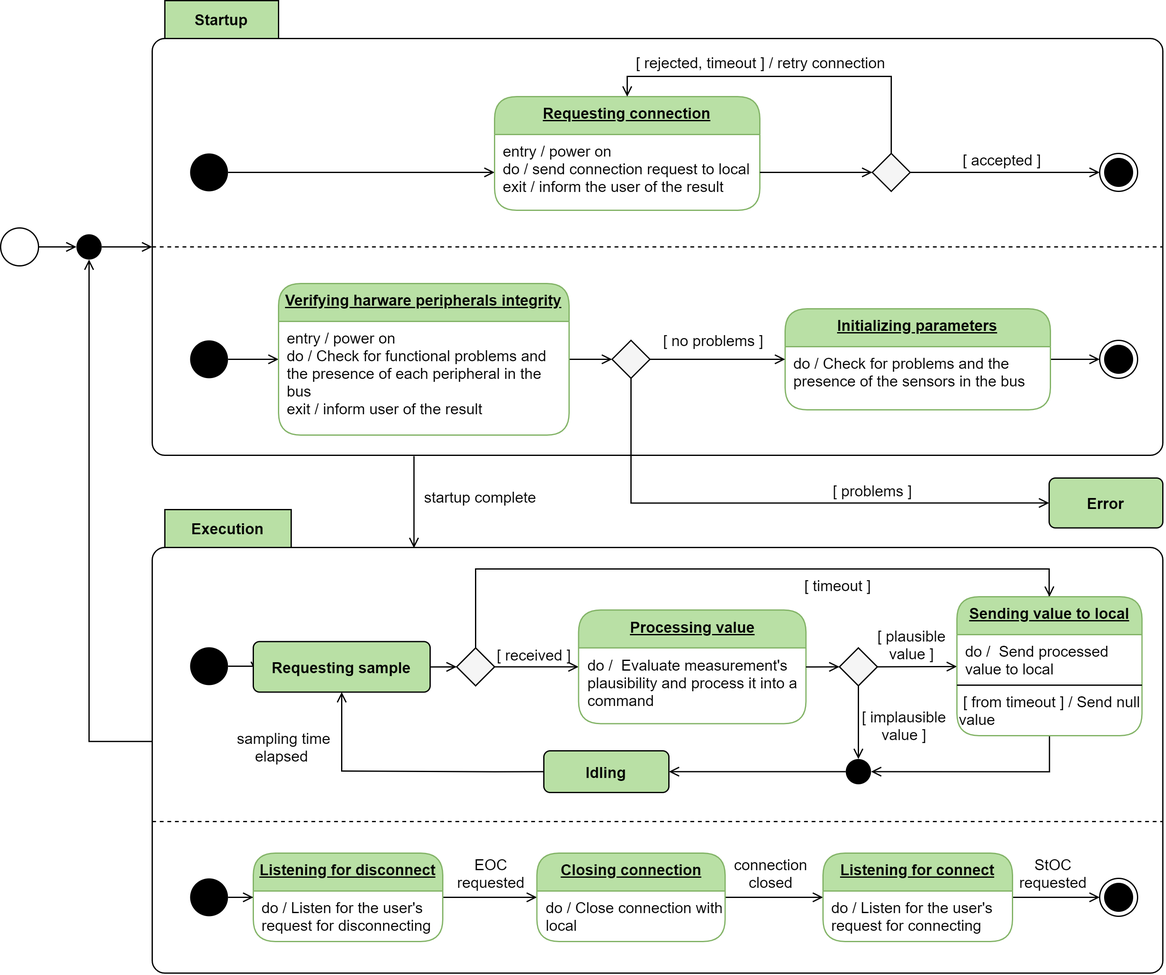
This is 2. Analysis/5. System Analysis/Remote/State Machine/state_machine_remote.png from esrg-silent-howl/zephyrus, a draw.io export, as it was before one commit. Source tidied: cells renumbered, new cells last; positions are measured from the earlier drawing's top-left corner, leaving out a move shared by most shapes.
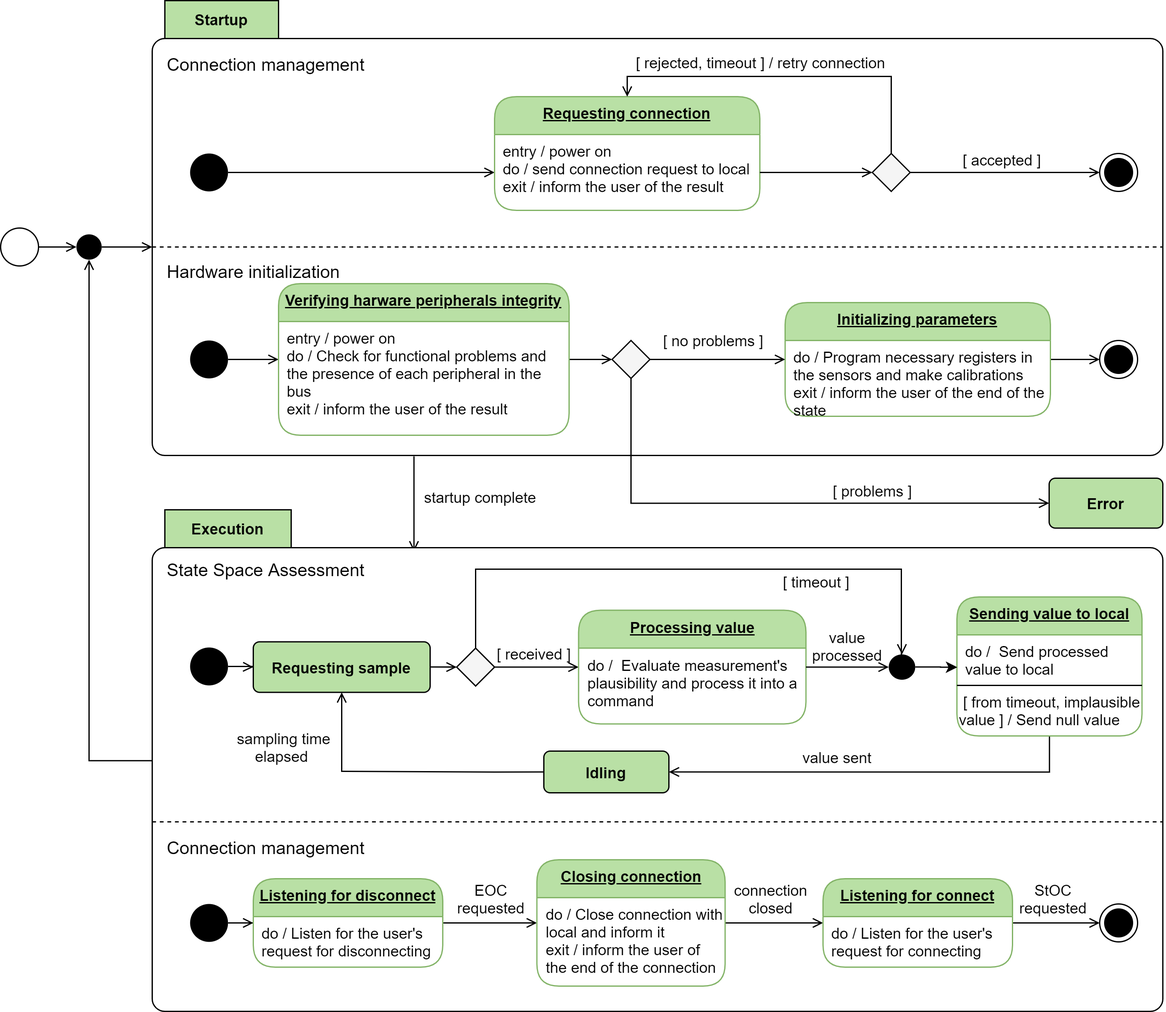
Later version of the same file.

Commit message:
ADD/UPDT: Added Local and Updated Remote State Machine Diagrams

Change to the diagram source:
```diff
@@ -41,7 +41,7 @@
     <mxCell id="14" value="Verifying harware peripherals integrity" style="swimlane;fontStyle=5;align=center;verticalAlign=top;horizontal=1;startSize=30;html=1;rounded=1;absoluteArcSize=1;arcSize=35;whiteSpace=wrap;strokeColor=#82b366;fillColor=#B9E0A5;" parent="1" vertex="1">
       <mxGeometry x="220" y="224" width="230" height="120" as="geometry" />
     </mxCell>
-    <mxCell id="15" value="entry / power on&#10;do / Check for functional problems and the presence of each peripheral in the bus&#10;exit / inform user of the result" style="fillColor=none;strokeColor=none;align=left;verticalAlign=top;spacingLeft=5;whiteSpace=wrap;" parent="14" vertex="1">
+    <mxCell id="15" value="entry / power on&#10;do / Check for functional problems and the presence of each peripheral in the bus&#10;exit / inform the user of the result" style="fillColor=none;strokeColor=none;align=left;verticalAlign=top;spacingLeft=5;whiteSpace=wrap;" parent="14" vertex="1">
       <mxGeometry y="30" width="230" height="90" as="geometry" />
     </mxCell>
     <mxCell id="16" style="ellipse;html=1;shape=endState;fillColor=#000000;strokeColor=#000000;align=left;" parent="1" vertex="1">
@@ -74,10 +74,10 @@
       <mxGeometry relative="1" as="geometry" />
     </mxCell>
     <mxCell id="24" value="Initializing parameters" style="swimlane;fontStyle=5;align=center;verticalAlign=top;horizontal=1;startSize=30;html=1;rounded=1;absoluteArcSize=1;arcSize=35;whiteSpace=wrap;strokeColor=#82b366;fillColor=#B9E0A5;" parent="1" vertex="1">
-      <mxGeometry x="621" y="244" width="210" height="80" as="geometry" />
+      <mxGeometry x="621" y="239" width="210" height="90" as="geometry" />
     </mxCell>
-    <mxCell id="25" value="do / Check for problems and the presence of the sensors in the bus" style="fillColor=none;strokeColor=none;align=left;verticalAlign=top;spacingLeft=5;whiteSpace=wrap;" parent="24" vertex="1">
-      <mxGeometry y="30" width="210" height="50" as="geometry" />
+    <mxCell id="25" value="do / Program necessary registers in the sensors and make calibrations&#10;exit / inform the user of the end of the state" style="fillColor=none;strokeColor=none;align=left;verticalAlign=top;spacingLeft=5;whiteSpace=wrap;" parent="24" vertex="1">
+      <mxGeometry y="30" width="210" height="60" as="geometry" />
     </mxCell>
     <mxCell id="26" value="[ no problems ]" style="text;html=1;strokeColor=none;fillColor=none;align=center;verticalAlign=middle;whiteSpace=wrap;rounded=0;" parent="1" vertex="1">
       <mxGeometry x="514" y="259" width="101" height="20" as="geometry" />
@@ -104,7 +104,7 @@
       <mxGeometry relative="1" as="geometry" />
     </mxCell>
     <mxCell id="34" value="Execution" style="shape=folder;align=center;verticalAlign=middle;fontStyle=0;tabWidth=110;tabHeight=30;tabPosition=left;html=1;boundedLbl=1;labelInHeader=1;rounded=1;absoluteArcSize=1;arcSize=10;" parent="1" vertex="1">
-      <mxGeometry x="120" y="403" width="800" height="367" as="geometry" />
+      <mxGeometry x="120" y="403" width="800" height="397" as="geometry" />
     </mxCell>
     <mxCell id="35" style="edgeStyle=orthogonalEdgeStyle;rounded=0;jettySize=auto;html=1;startArrow=none;startFill=0;endArrow=open;endFill=0;entryX=0;entryY=0.5;entryDx=0;entryDy=0;" parent="1" edge="1" source="36" target="38">
       <mxGeometry relative="1" as="geometry" />
@@ -121,12 +121,12 @@
     <mxCell id="39" style="edgeStyle=orthogonalEdgeStyle;rounded=0;jettySize=auto;html=1;exitX=1;exitY=0.5;exitDx=0;exitDy=0;startArrow=none;startFill=0;endArrow=open;endFill=0;" parent="1" edge="1" source="41" target="44">
       <mxGeometry relative="1" as="geometry" />
     </mxCell>
-    <mxCell id="40" style="edgeStyle=orthogonalEdgeStyle;rounded=0;jettySize=auto;html=1;exitX=0.5;exitY=0;exitDx=0;exitDy=0;startArrow=none;startFill=0;endArrow=open;endFill=0;entryX=0.5;entryY=0;entryDx=0;entryDy=0;" parent="1" edge="1" source="41" target="77">
+    <mxCell id="40" style="edgeStyle=orthogonalEdgeStyle;rounded=0;jettySize=auto;html=1;exitX=0.5;exitY=0;exitDx=0;exitDy=0;startArrow=none;startFill=0;endArrow=open;endFill=0;entryX=0.5;entryY=0;entryDx=0;entryDy=0;" parent="1" edge="1" source="41" target="85">
       <mxGeometry relative="1" as="geometry">
         <Array as="points">
           <mxPoint x="376" y="450" />
-          <mxPoint x="830" y="450" />
-          <mxPoint x="830" y="472" />
+          <mxPoint x="713" y="450" />
+          <mxPoint x="713" y="518" />
         </Array>
       </mxGeometry>
     </mxCell>
@@ -134,10 +134,10 @@
       <mxGeometry x="361" y="512.5" width="30" height="30" as="geometry" />
     </mxCell>
     <mxCell id="42" value="[ timeout ]" style="text;html=1;strokeColor=none;fillColor=none;align=center;verticalAlign=middle;whiteSpace=wrap;rounded=0;" parent="1" vertex="1">
-      <mxGeometry x="619" y="453" width="88" height="20" as="geometry" />
+      <mxGeometry x="602" y="450" width="88" height="20" as="geometry" />
     </mxCell>
     <mxCell id="43" value="[ received ]" style="text;html=1;strokeColor=none;fillColor=none;align=center;verticalAlign=middle;whiteSpace=wrap;rounded=0;" parent="1" vertex="1">
-      <mxGeometry x="391" y="507.5" width="63" height="20" as="geometry" />
+      <mxGeometry x="391" y="506.5" width="63" height="20" as="geometry" />
     </mxCell>
     <mxCell id="44" value="Processing value" style="swimlane;fontStyle=5;align=center;verticalAlign=top;horizontal=1;startSize=30;html=1;rounded=1;absoluteArcSize=1;arcSize=35;whiteSpace=wrap;strokeColor=#82b366;fillColor=#B9E0A5;" parent="1" vertex="1">
       <mxGeometry x="457.5" y="482.5" width="180" height="90" as="geometry" />
@@ -145,9 +145,6 @@
     <mxCell id="45" value="do /  Evaluate measurement's plausibility and process it into a command" style="fillColor=none;strokeColor=none;align=left;verticalAlign=top;spacingLeft=5;whiteSpace=wrap;" parent="44" vertex="1">
       <mxGeometry y="30" width="180" height="60" as="geometry" />
     </mxCell>
-    <mxCell id="46" style="edgeStyle=orthogonalEdgeStyle;rounded=0;jettySize=auto;html=1;exitX=0.5;exitY=1;exitDx=0;exitDy=0;entryX=1;entryY=0.5;entryDx=0;entryDy=0;startArrow=none;startFill=0;endArrow=open;endFill=0;" parent="1" edge="1" source="80" target="57">
-      <mxGeometry relative="1" as="geometry" />
-    </mxCell>
     <mxCell id="47" style="edgeStyle=orthogonalEdgeStyle;rounded=0;jettySize=auto;html=1;entryX=0.5;entryY=1;entryDx=0;entryDy=0;startArrow=none;startFill=0;endArrow=open;endFill=0;exitX=0;exitY=0.5;exitDx=0;exitDy=0;" parent="1" edge="1" source="48" target="38">
       <mxGeometry relative="1" as="geometry">
         <Array as="points">
@@ -159,33 +156,12 @@
     <mxCell id="48" value="&lt;span&gt;Idling&lt;/span&gt;" style="html=1;align=center;verticalAlign=middle;rounded=1;absoluteArcSize=1;arcSize=10;dashed=0;strokeColor=#000000;whiteSpace=wrap;fillColor=#B9E0A5;fontStyle=1;" parent="1" vertex="1">
       <mxGeometry x="430" y="594" width="99" height="33" as="geometry" />
     </mxCell>
-    <mxCell id="49" style="rounded=0;jettySize=auto;html=1;exitX=1;exitY=0.5;exitDx=0;exitDy=0;startArrow=none;startFill=0;endArrow=open;endFill=0;" parent="1" edge="1" source="51" target="77">
-      <mxGeometry relative="1" as="geometry" />
-    </mxCell>
-    <mxCell id="50" style="edgeStyle=orthogonalEdgeStyle;rounded=0;jettySize=auto;html=1;exitX=0.5;exitY=1;exitDx=0;exitDy=0;entryX=0.5;entryY=0;entryDx=0;entryDy=0;startArrow=none;startFill=0;endArrow=open;endFill=0;" parent="1" edge="1" source="51" target="57">
-      <mxGeometry relative="1" as="geometry" />
-    </mxCell>
-    <mxCell id="51" style="rhombus;align=left;fillColor=#f5f5f5;fontColor=#333333;" parent="1" vertex="1">
-      <mxGeometry x="664" y="512.5" width="30" height="30" as="geometry" />
-    </mxCell>
-    <mxCell id="52" style="edgeStyle=orthogonalEdgeStyle;rounded=0;jettySize=auto;html=1;entryX=0;entryY=0.5;entryDx=0;entryDy=0;startArrow=none;startFill=0;endArrow=open;endFill=0;" parent="1" edge="1" source="44" target="51">
+    <mxCell id="52" style="edgeStyle=orthogonalEdgeStyle;rounded=0;jettySize=auto;html=1;entryX=0;entryY=0.5;entryDx=0;entryDy=0;startArrow=none;startFill=0;endArrow=open;endFill=0;" parent="1" edge="1" source="44" target="85">
       <mxGeometry relative="1" as="geometry" />
     </mxCell>
     <mxCell id="53" value="sampling time elapsed&amp;nbsp;" style="text;html=1;strokeColor=none;fillColor=none;align=center;verticalAlign=middle;whiteSpace=wrap;rounded=0;" parent="1" vertex="1">
       <mxGeometry x="180" y="572.5" width="89" height="36.5" as="geometry" />
     </mxCell>
-    <mxCell id="54" value="[ implausible value ]" style="text;html=1;strokeColor=none;fillColor=none;align=center;verticalAlign=middle;whiteSpace=wrap;rounded=0;" parent="1" vertex="1">
-      <mxGeometry x="677" y="564" width="77" height="20" as="geometry" />
-    </mxCell>
-    <mxCell id="55" value="[ plausible value ]" style="text;html=1;strokeColor=none;fillColor=none;align=center;verticalAlign=middle;whiteSpace=wrap;rounded=0;" parent="1" vertex="1">
-      <mxGeometry x="683" y="500" width="77" height="20" as="geometry" />
-    </mxCell>
-    <mxCell id="56" style="edgeStyle=orthogonalEdgeStyle;rounded=0;jettySize=auto;html=1;entryX=1;entryY=0.5;entryDx=0;entryDy=0;startArrow=none;startFill=0;endArrow=open;endFill=0;" parent="1" edge="1" source="57" target="48">
-      <mxGeometry relative="1" as="geometry" />
-    </mxCell>
-    <mxCell id="57" style="ellipse;fillColor=#000000;strokeColor=none;align=left;" parent="1" vertex="1">
-      <mxGeometry x="669" y="600.5" width="20" height="20" as="geometry" />
-    </mxCell>
     <mxCell id="58" style="endArrow=none;dashed=1;html=1;" parent="1" edge="1">
       <mxGeometry relative="1" as="geometry">
         <mxPoint x="120" y="650" as="sourcePoint" />
@@ -197,38 +173,38 @@
     </mxCell>
     <mxCell id="60" style="edgeStyle=orthogonalEdgeStyle;rounded=0;jettySize=auto;html=1;entryX=0;entryY=0.5;entryDx=0;entryDy=0;startArrow=none;startFill=0;endArrow=open;endFill=0;" parent="1" edge="1" source="61">
       <mxGeometry relative="1" as="geometry">
-        <mxPoint x="200" y="710" as="targetPoint" />
+        <mxPoint x="200" y="730" as="targetPoint" />
       </mxGeometry>
     </mxCell>
     <mxCell id="61" style="ellipse;fillColor=#000000;strokeColor=none;align=left;" parent="1" vertex="1">
-      <mxGeometry x="150" y="695" width="30" height="30" as="geometry" />
+      <mxGeometry x="150" y="715" width="30" height="30" as="geometry" />
     </mxCell>
     <mxCell id="62" value="EOC requested" style="text;html=1;strokeColor=none;fillColor=none;align=center;verticalAlign=middle;whiteSpace=wrap;rounded=0;" parent="1" vertex="1">
-      <mxGeometry x="351.5" y="673" width="73" height="36.5" as="geometry" />
+      <mxGeometry x="351.5" y="693" width="73" height="36.5" as="geometry" />
     </mxCell>
     <mxCell id="63" style="edgeStyle=orthogonalEdgeStyle;rounded=0;jettySize=auto;html=1;exitX=1;exitY=0.5;exitDx=0;exitDy=0;entryX=0;entryY=0.5;entryDx=0;entryDy=0;startArrow=none;startFill=0;endArrow=open;endFill=0;" parent="1" edge="1" source="64" target="67">
       <mxGeometry relative="1" as="geometry" />
     </mxCell>
     <mxCell id="64" value="Closing connection" style="swimlane;fontStyle=5;align=center;verticalAlign=top;horizontal=1;startSize=30;html=1;rounded=1;absoluteArcSize=1;arcSize=35;whiteSpace=wrap;strokeColor=#82b366;fillColor=#B9E0A5;" parent="1" vertex="1">
-      <mxGeometry x="424.5" y="675" width="149" height="70" as="geometry" />
+      <mxGeometry x="424.5" y="680" width="149" height="100" as="geometry" />
     </mxCell>
-    <mxCell id="65" value="do / Close connection with local" style="fillColor=none;strokeColor=none;align=left;verticalAlign=top;spacingLeft=5;whiteSpace=wrap;" parent="64" vertex="1">
-      <mxGeometry y="30" width="149" height="40" as="geometry" />
+    <mxCell id="65" value="do / Close connection with local and inform it&#10;exit / inform the user of the end of the connection" style="fillColor=none;strokeColor=none;align=left;verticalAlign=top;spacingLeft=5;whiteSpace=wrap;" parent="64" vertex="1">
+      <mxGeometry y="30" width="149" height="70" as="geometry" />
     </mxCell>
     <mxCell id="66" style="edgeStyle=orthogonalEdgeStyle;rounded=0;jettySize=auto;html=1;entryX=0;entryY=0.5;entryDx=0;entryDy=0;startArrow=none;startFill=0;endArrow=open;endFill=0;" parent="1" edge="1" source="67" target="70">
       <mxGeometry relative="1" as="geometry" />
     </mxCell>
     <mxCell id="67" value="Listening for connect" style="swimlane;fontStyle=5;align=center;verticalAlign=top;horizontal=1;startSize=30;html=1;rounded=1;absoluteArcSize=1;arcSize=35;whiteSpace=wrap;strokeColor=#82b366;fillColor=#B9E0A5;" parent="1" vertex="1">
-      <mxGeometry x="651" y="675" width="150" height="70" as="geometry" />
+      <mxGeometry x="651" y="695" width="150" height="70" as="geometry" />
     </mxCell>
     <mxCell id="68" value="do / Listen for the user's request for connecting" style="fillColor=none;strokeColor=none;align=left;verticalAlign=top;spacingLeft=5;whiteSpace=wrap;" parent="67" vertex="1">
       <mxGeometry y="30" width="150" height="40" as="geometry" />
     </mxCell>
     <mxCell id="69" value="connection closed" style="text;html=1;strokeColor=none;fillColor=none;align=center;verticalAlign=middle;whiteSpace=wrap;rounded=0;" parent="1" vertex="1">
-      <mxGeometry x="573.5" y="673" width="72" height="36.5" as="geometry" />
+      <mxGeometry x="573.5" y="693" width="72" height="36.5" as="geometry" />
     </mxCell>
     <mxCell id="70" style="ellipse;html=1;shape=endState;fillColor=#000000;strokeColor=#000000;align=left;" parent="1" vertex="1">
-      <mxGeometry x="870" y="695" width="30" height="30" as="geometry" />
+      <mxGeometry x="870" y="715" width="30" height="30" as="geometry" />
     </mxCell>
     <mxCell id="71" style="edgeStyle=orthogonalEdgeStyle;rounded=0;jettySize=auto;html=1;exitX=1;exitY=0.5;exitDx=0;exitDy=0;entryX=0;entryY=0;entryDx=0;entryDy=195;entryPerimeter=0;startArrow=none;startFill=0;endArrow=open;endFill=0;" parent="1" edge="1" source="72" target="3">
       <mxGeometry relative="1" as="geometry" />
@@ -237,17 +213,24 @@
       <mxGeometry x="60" y="185" width="20" height="20" as="geometry" />
     </mxCell>
     <mxCell id="73" value="Listening for disconnect" style="swimlane;fontStyle=5;align=center;verticalAlign=top;horizontal=1;startSize=30;html=1;rounded=1;absoluteArcSize=1;arcSize=35;whiteSpace=wrap;strokeColor=#82b366;fillColor=#B9E0A5;" parent="1" vertex="1">
-      <mxGeometry x="200" y="675" width="150" height="70" as="geometry" />
+      <mxGeometry x="200" y="695" width="150" height="70" as="geometry" />
     </mxCell>
     <mxCell id="74" value="do / Listen for the user's request for disconnecting" style="fillColor=none;strokeColor=none;align=left;verticalAlign=top;spacingLeft=5;whiteSpace=wrap;" parent="73" vertex="1">
       <mxGeometry y="30" width="150" height="40" as="geometry" />
     </mxCell>
     <mxCell id="75" value="StOC requested" style="text;html=1;strokeColor=none;fillColor=none;align=center;verticalAlign=middle;whiteSpace=wrap;rounded=0;" parent="1" vertex="1">
-      <mxGeometry x="797" y="673" width="73" height="36.5" as="geometry" />
+      <mxGeometry x="797" y="693" width="73" height="36.5" as="geometry" />
     </mxCell>
     <mxCell id="76" value="&lt;span&gt;Error&lt;br&gt;&lt;/span&gt;" style="html=1;align=center;verticalAlign=middle;rounded=1;absoluteArcSize=1;arcSize=10;dashed=0;strokeColor=#000000;whiteSpace=wrap;fillColor=#B9E0A5;fontStyle=1;" parent="1" vertex="1">
       <mxGeometry x="830" y="378" width="90" height="39.5" as="geometry" />
     </mxCell>
+    <mxCell id="83" style="edgeStyle=orthogonalEdgeStyle;rounded=0;jettySize=auto;html=1;entryX=1;entryY=0.5;entryDx=0;entryDy=0;endArrow=open;endFill=0;" parent="1" edge="1" source="77" target="48">
+      <mxGeometry relative="1" as="geometry">
+        <Array as="points">
+          <mxPoint x="830" y="611" />
+        </Array>
+      </mxGeometry>
+    </mxCell>
     <mxCell id="77" value="Sending value to local" style="swimlane;fontStyle=5;align=center;verticalAlign=top;horizontal=1;startSize=30;html=1;rounded=1;absoluteArcSize=1;arcSize=35;whiteSpace=wrap;strokeColor=#82b366;fillColor=#B9E0A5;" parent="1" vertex="1">
       <mxGeometry x="757" y="472" width="146.5" height="110" as="geometry" />
     </mxCell>
@@ -257,7 +240,7 @@
     <mxCell id="79" value="do /  Send processed value to local" style="fillColor=none;strokeColor=none;align=left;verticalAlign=top;spacingLeft=5;whiteSpace=wrap;" parent="77" vertex="1">
       <mxGeometry y="30" width="146.5" height="40" as="geometry" />
     </mxCell>
-    <mxCell id="80" value="&amp;nbsp;[ from timeout ] / Send null value" style="text;html=1;strokeColor=none;fillColor=none;align=left;verticalAlign=middle;whiteSpace=wrap;rounded=0;" parent="77" vertex="1">
+    <mxCell id="80" value="&amp;nbsp;[ from timeout, implausible value ] / Send null value" style="text;html=1;strokeColor=none;fillColor=none;align=left;verticalAlign=middle;whiteSpace=wrap;rounded=0;" parent="77" vertex="1">
       <mxGeometry y="70" width="146.5" height="40" as="geometry" />
     </mxCell>
     <mxCell id="81" value="Execution" style="rounded=0;whiteSpace=wrap;html=1;align=center;fillColor=#B9E0A5;fontStyle=1;" parent="1" vertex="1">
@@ -266,5 +249,29 @@
     <mxCell id="82" value="Startup" style="rounded=0;whiteSpace=wrap;html=1;align=center;fillColor=#B9E0A5;fontStyle=1;" parent="1" vertex="1">
       <mxGeometry x="130" width="90" height="30" as="geometry" />
     </mxCell>
+    <mxCell id="84" style="edgeStyle=orthogonalEdgeStyle;rounded=0;jettySize=auto;html=1;entryX=0.002;entryY=0.641;entryDx=0;entryDy=0;entryPerimeter=0;" parent="1" edge="1" source="85" target="79">
+      <mxGeometry relative="1" as="geometry" />
+    </mxCell>
+    <mxCell id="85" style="ellipse;fillColor=#000000;strokeColor=none;" parent="1" vertex="1">
+      <mxGeometry x="703" y="517.5" width="21" height="20" as="geometry" />
+    </mxCell>
+    <mxCell id="86" value="value processed" style="text;html=1;strokeColor=none;fillColor=none;align=center;verticalAlign=middle;whiteSpace=wrap;rounded=0;" parent="1" vertex="1">
+      <mxGeometry x="638" y="500.5" width="65" height="20" as="geometry" />
+    </mxCell>
+    <mxCell id="87" value="value sent" style="text;html=1;strokeColor=none;fillColor=none;align=center;verticalAlign=middle;whiteSpace=wrap;rounded=0;" parent="1" vertex="1">
+      <mxGeometry x="625" y="589" width="75" height="20" as="geometry" />
+    </mxCell>
+    <mxCell id="88" value="State Space Assessment" style="text;html=1;strokeColor=none;fillColor=none;align=left;verticalAlign=middle;whiteSpace=wrap;rounded=0;fontSize=14;" parent="1" vertex="1">
+      <mxGeometry x="130" y="440" width="170" height="20" as="geometry" />
+    </mxCell>
+    <mxCell id="89" value="Connection management" style="text;html=1;strokeColor=none;fillColor=none;align=left;verticalAlign=middle;whiteSpace=wrap;rounded=0;fontSize=14;" parent="1" vertex="1">
+      <mxGeometry x="130" y="660" width="170" height="20" as="geometry" />
+    </mxCell>
+    <mxCell id="90" value="Connection management" style="text;html=1;strokeColor=none;fillColor=none;align=left;verticalAlign=middle;whiteSpace=wrap;rounded=0;fontSize=14;" parent="1" vertex="1">
+      <mxGeometry x="130" y="40" width="170" height="20" as="geometry" />
+    </mxCell>
+    <mxCell id="91" value="Hardware initialization" style="text;html=1;strokeColor=none;fillColor=none;align=left;verticalAlign=middle;whiteSpace=wrap;rounded=0;fontSize=14;" parent="1" vertex="1">
+      <mxGeometry x="130" y="204" width="170" height="20" as="geometry" />
+    </mxCell>
   </root>
 </mxGraphModel>
```
